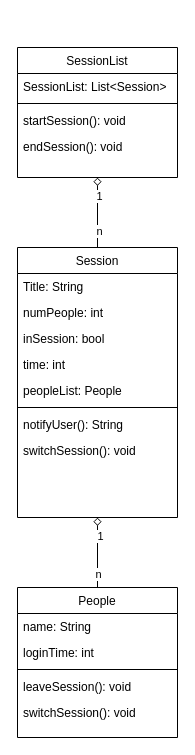
Before: Study App Class Diagram.drawio in AntTranAnt/CS3354, a draw.io diagram. Source tidied: cells renumbered, new cells numbered last; positions are measured from the earlier drawing's top-left corner, leaving out a move shared by most shapes. Both pictures are drawn from the tidied source at 100%, with x=0, y=0 at pixel (17, 47).
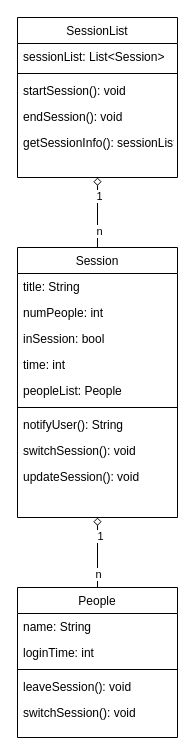
The same diagram, later.

Unchanged cells that the change refers to:
```xml
<mxCell id="13" value="Session" style="swimlane;fontStyle=0;align=center;verticalAlign=top;horizontal=1;startSize=26;rounded=0;shadow=0;strokeWidth=1;" parent="1" vertex="1">
  <mxGeometry y="200" width="160" height="270" as="geometry" />
</mxCell>
```

Diff of the diagram source:
```diff
@@
     <mxCell id="5" value="SessionList" style="swimlane;fontStyle=0;align=center;verticalAlign=top;horizontal=1;startSize=26;rounded=0;shadow=0;strokeWidth=1;" parent="1" vertex="1">
-      <mxGeometry width="160" height="130" as="geometry" />
+      <mxGeometry y="-30" width="160" height="160" as="geometry" />
     </mxCell>
-    <mxCell id="6" value="SessionList: List&lt;Session&gt;" style="text;align=left;verticalAlign=top;spacingLeft=4;spacingRight=4;overflow=hidden;" parent="5" vertex="1">
+    <mxCell id="6" value="sessionList: List&lt;Session&gt;" style="text;align=left;verticalAlign=top;spacingLeft=4;spacingRight=4;overflow=hidden;" parent="5" vertex="1">
       <mxGeometry y="26" width="160" height="26" as="geometry" />
     </mxCell>
@@
+    <mxCell id="28" value="getSessionInfo(): sessionList" style="text;align=left;verticalAlign=top;spacingLeft=4;spacingRight=4;overflow=hidden;" parent="5" vertex="1">
+      <mxGeometry y="112" width="160" height="26" as="geometry" />
+    </mxCell>
@@
-    <mxCell id="14" value="Title: String" style="text;align=left;verticalAlign=top;spacingLeft=4;spacingRight=4;overflow=hidden;" parent="13" vertex="1">
+    <mxCell id="14" value="title: String" style="text;align=left;verticalAlign=top;spacingLeft=4;spacingRight=4;overflow=hidden;" parent="13" vertex="1">
       <mxGeometry y="26" width="160" height="26" as="geometry" />
     </mxCell>
@@
+    <mxCell id="29" value="updateSession(): void" style="text;align=left;verticalAlign=top;spacingLeft=4;spacingRight=4;overflow=hidden;" parent="13" vertex="1">
+      <mxGeometry y="216" width="160" height="26" as="geometry" />
+    </mxCell>
```
